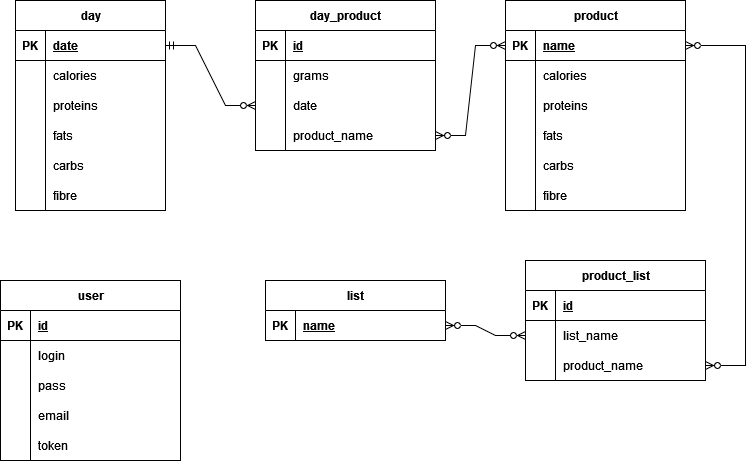
Before: bd.png, a diagram exported from draw.io (daniildubrovin/xeahgarbais). Source tidied: cells renumbered, new cells last; positions are measured from the earlier drawing's top-left corner, leaving out a move shared by most shapes.
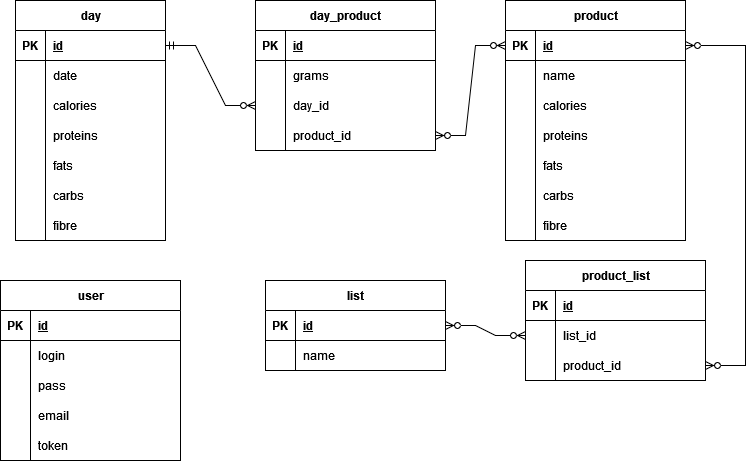
Above is the later version.

Diff of the diagram source:
```diff
@@ -3,7 +3,7 @@
     <mxCell id="0" />
     <mxCell id="1" parent="0" />
     <mxCell id="2" value="day" style="shape=table;startSize=30;rowLines=0;fontStyle=1;align=center;html=1;" parent="1" vertex="1">
-      <mxGeometry x="15" width="150" height="210" as="geometry" />
+      <mxGeometry x="15" width="150" height="240" as="geometry" />
     </mxCell>
     <mxCell id="3" style="shape=tableRow;horizontal=0;startSize=0;swimlaneHead=0;swimlaneBody=0;fillColor=none;points=[[0,0.5],[1,0.5]];portConstraint=eastwest;top=0;left=0;right=0;bottom=1;" parent="2" vertex="1">
       <mxGeometry y="30" width="150" height="30" as="geometry" />
@@ -11,7 +11,7 @@
     <mxCell id="4" value="PK" style="shape=partialRectangle;fillColor=none;top=0;left=0;bottom=0;right=0;fontStyle=1;overflow=hidden;whiteSpace=wrap;html=1;" parent="3" vertex="1">
       <mxGeometry width="30" height="30" as="geometry" />
     </mxCell>
-    <mxCell id="5" value="date" style="shape=partialRectangle;fillColor=none;top=0;left=0;bottom=0;right=0;align=left;spacingLeft=6;fontStyle=5;overflow=hidden;whiteSpace=wrap;html=1;" parent="3" vertex="1">
+    <mxCell id="5" value="id" style="shape=partialRectangle;fillColor=none;top=0;left=0;bottom=0;right=0;align=left;spacingLeft=6;fontStyle=5;overflow=hidden;whiteSpace=wrap;html=1;" parent="3" vertex="1">
       <mxGeometry x="30" width="120" height="30" as="geometry" />
     </mxCell>
     <mxCell id="6" style="shape=tableRow;horizontal=0;startSize=0;swimlaneHead=0;swimlaneBody=0;fillColor=none;top=0;left=0;right=0;bottom=0;" parent="2" vertex="1">
@@ -20,11 +20,20 @@
     <mxCell id="7" style="shape=partialRectangle;fillColor=none;top=0;left=0;bottom=0;right=0;overflow=hidden;whiteSpace=wrap;html=1;" parent="6" vertex="1">
       <mxGeometry width="30" height="30" as="geometry" />
     </mxCell>
-    <mxCell id="8" value="calories" style="shape=partialRectangle;fillColor=none;top=0;left=0;bottom=0;right=0;align=left;spacingLeft=6;overflow=hidden;whiteSpace=wrap;html=1;" parent="6" vertex="1">
+    <mxCell id="8" value="date" style="shape=partialRectangle;fillColor=none;top=0;left=0;bottom=0;right=0;align=left;spacingLeft=6;overflow=hidden;whiteSpace=wrap;html=1;" parent="6" vertex="1">
       <mxGeometry x="30" width="120" height="30" as="geometry" />
     </mxCell>
+    <mxCell id="87" style="shape=tableRow;horizontal=0;startSize=0;swimlaneHead=0;swimlaneBody=0;fillColor=none;top=0;left=0;right=0;bottom=0;" parent="2" vertex="1">
+      <mxGeometry y="90" width="150" height="30" as="geometry" />
+    </mxCell>
+    <mxCell id="88" style="shape=partialRectangle;fillColor=none;top=0;left=0;bottom=0;right=0;overflow=hidden;whiteSpace=wrap;html=1;" parent="87" vertex="1">
+      <mxGeometry width="30" height="30" as="geometry" />
+    </mxCell>
+    <mxCell id="89" value="calories" style="shape=partialRectangle;fillColor=none;top=0;left=0;bottom=0;right=0;align=left;spacingLeft=6;overflow=hidden;whiteSpace=wrap;html=1;" parent="87" vertex="1">
+      <mxGeometry x="30" width="120" height="30" as="geometry" />
+    </mxCell>
     <mxCell id="9" style="shape=tableRow;horizontal=0;startSize=0;swimlaneHead=0;swimlaneBody=0;fillColor=none;top=0;left=0;right=0;bottom=0;" parent="2" vertex="1">
-      <mxGeometry y="90" width="150" height="30" as="geometry" />
+      <mxGeometry y="120" width="150" height="30" as="geometry" />
     </mxCell>
     <mxCell id="10" style="shape=partialRectangle;fillColor=none;top=0;left=0;bottom=0;right=0;overflow=hidden;whiteSpace=wrap;html=1;" parent="9" vertex="1">
       <mxGeometry width="30" height="30" as="geometry" />
@@ -33,7 +42,7 @@
       <mxGeometry x="30" width="120" height="30" as="geometry" />
     </mxCell>
     <mxCell id="12" style="shape=tableRow;horizontal=0;startSize=0;swimlaneHead=0;swimlaneBody=0;fillColor=none;top=0;left=0;right=0;bottom=0;" parent="2" vertex="1">
-      <mxGeometry y="120" width="150" height="30" as="geometry" />
+      <mxGeometry y="150" width="150" height="30" as="geometry" />
     </mxCell>
     <mxCell id="13" style="shape=partialRectangle;fillColor=none;top=0;left=0;bottom=0;right=0;overflow=hidden;whiteSpace=wrap;html=1;" parent="12" vertex="1">
       <mxGeometry width="30" height="30" as="geometry" />
@@ -42,7 +51,7 @@
       <mxGeometry x="30" width="120" height="30" as="geometry" />
     </mxCell>
     <mxCell id="15" style="shape=tableRow;horizontal=0;startSize=0;swimlaneHead=0;swimlaneBody=0;fillColor=none;top=0;left=0;right=0;bottom=0;" parent="2" vertex="1">
-      <mxGeometry y="150" width="150" height="30" as="geometry" />
+      <mxGeometry y="180" width="150" height="30" as="geometry" />
     </mxCell>
     <mxCell id="16" style="shape=partialRectangle;fillColor=none;top=0;left=0;bottom=0;right=0;overflow=hidden;whiteSpace=wrap;html=1;" parent="15" vertex="1">
       <mxGeometry width="30" height="30" as="geometry" />
@@ -51,7 +60,7 @@
       <mxGeometry x="30" width="120" height="30" as="geometry" />
     </mxCell>
     <mxCell id="18" style="shape=tableRow;horizontal=0;startSize=0;swimlaneHead=0;swimlaneBody=0;fillColor=none;top=0;left=0;right=0;bottom=0;" parent="2" vertex="1">
-      <mxGeometry y="180" width="150" height="30" as="geometry" />
+      <mxGeometry y="210" width="150" height="30" as="geometry" />
     </mxCell>
     <mxCell id="19" style="shape=partialRectangle;fillColor=none;top=0;left=0;bottom=0;right=0;overflow=hidden;whiteSpace=wrap;html=1;" parent="18" vertex="1">
       <mxGeometry width="30" height="30" as="geometry" />
@@ -60,7 +69,7 @@
       <mxGeometry x="30" width="120" height="30" as="geometry" />
     </mxCell>
     <mxCell id="21" value="product" style="shape=table;startSize=30;rowLines=0;fontStyle=1;align=center;html=1;" parent="1" vertex="1">
-      <mxGeometry x="505" width="180" height="210" as="geometry" />
+      <mxGeometry x="505" width="180" height="240" as="geometry" />
     </mxCell>
     <mxCell id="22" style="shape=tableRow;horizontal=0;startSize=0;swimlaneHead=0;swimlaneBody=0;fillColor=none;points=[[0,0.5],[1,0.5]];portConstraint=eastwest;top=0;left=0;right=0;bottom=1;" parent="21" vertex="1">
       <mxGeometry y="30" width="180" height="30" as="geometry" />
@@ -68,7 +77,7 @@
     <mxCell id="23" value="PK" style="shape=partialRectangle;fillColor=none;top=0;left=0;bottom=0;right=0;fontStyle=1;overflow=hidden;whiteSpace=wrap;html=1;" parent="22" vertex="1">
       <mxGeometry width="30" height="30" as="geometry" />
     </mxCell>
-    <mxCell id="24" value="name" style="shape=partialRectangle;fillColor=none;top=0;left=0;bottom=0;right=0;align=left;spacingLeft=6;fontStyle=5;overflow=hidden;whiteSpace=wrap;html=1;" parent="22" vertex="1">
+    <mxCell id="24" value="id" style="shape=partialRectangle;fillColor=none;top=0;left=0;bottom=0;right=0;align=left;spacingLeft=6;fontStyle=5;overflow=hidden;whiteSpace=wrap;html=1;" parent="22" vertex="1">
       <mxGeometry x="30" width="150" height="30" as="geometry" />
     </mxCell>
     <mxCell id="25" style="shape=tableRow;horizontal=0;startSize=0;swimlaneHead=0;swimlaneBody=0;fillColor=none;top=0;left=0;right=0;bottom=0;" parent="21" vertex="1">
@@ -77,11 +86,20 @@
     <mxCell id="26" style="shape=partialRectangle;fillColor=none;top=0;left=0;bottom=0;right=0;overflow=hidden;whiteSpace=wrap;html=1;" parent="25" vertex="1">
       <mxGeometry width="30" height="30" as="geometry" />
     </mxCell>
-    <mxCell id="27" value="calories" style="shape=partialRectangle;fillColor=none;top=0;left=0;bottom=0;right=0;align=left;spacingLeft=6;overflow=hidden;whiteSpace=wrap;html=1;" parent="25" vertex="1">
+    <mxCell id="27" value="name" style="shape=partialRectangle;fillColor=none;top=0;left=0;bottom=0;right=0;align=left;spacingLeft=6;overflow=hidden;whiteSpace=wrap;html=1;" parent="25" vertex="1">
       <mxGeometry x="30" width="150" height="30" as="geometry" />
     </mxCell>
+    <mxCell id="90" style="shape=tableRow;horizontal=0;startSize=0;swimlaneHead=0;swimlaneBody=0;fillColor=none;top=0;left=0;right=0;bottom=0;" parent="21" vertex="1">
+      <mxGeometry y="90" width="180" height="30" as="geometry" />
+    </mxCell>
+    <mxCell id="91" style="shape=partialRectangle;fillColor=none;top=0;left=0;bottom=0;right=0;overflow=hidden;whiteSpace=wrap;html=1;" parent="90" vertex="1">
+      <mxGeometry width="30" height="30" as="geometry" />
+    </mxCell>
+    <mxCell id="92" value="calories" style="shape=partialRectangle;fillColor=none;top=0;left=0;bottom=0;right=0;align=left;spacingLeft=6;overflow=hidden;whiteSpace=wrap;html=1;" parent="90" vertex="1">
+      <mxGeometry x="30" width="150" height="30" as="geometry" />
+    </mxCell>
     <mxCell id="28" style="shape=tableRow;horizontal=0;startSize=0;swimlaneHead=0;swimlaneBody=0;fillColor=none;top=0;left=0;right=0;bottom=0;" parent="21" vertex="1">
-      <mxGeometry y="90" width="180" height="30" as="geometry" />
+      <mxGeometry y="120" width="180" height="30" as="geometry" />
     </mxCell>
     <mxCell id="29" style="shape=partialRectangle;fillColor=none;top=0;left=0;bottom=0;right=0;overflow=hidden;whiteSpace=wrap;html=1;" parent="28" vertex="1">
       <mxGeometry width="30" height="30" as="geometry" />
@@ -90,7 +108,7 @@
       <mxGeometry x="30" width="150" height="30" as="geometry" />
     </mxCell>
     <mxCell id="31" style="shape=tableRow;horizontal=0;startSize=0;swimlaneHead=0;swimlaneBody=0;fillColor=none;top=0;left=0;right=0;bottom=0;" parent="21" vertex="1">
-      <mxGeometry y="120" width="180" height="30" as="geometry" />
+      <mxGeometry y="150" width="180" height="30" as="geometry" />
     </mxCell>
     <mxCell id="32" style="shape=partialRectangle;fillColor=none;top=0;left=0;bottom=0;right=0;overflow=hidden;whiteSpace=wrap;html=1;" parent="31" vertex="1">
       <mxGeometry width="30" height="30" as="geometry" />
@@ -99,7 +117,7 @@
       <mxGeometry x="30" width="150" height="30" as="geometry" />
     </mxCell>
     <mxCell id="34" style="shape=tableRow;horizontal=0;startSize=0;swimlaneHead=0;swimlaneBody=0;fillColor=none;top=0;left=0;right=0;bottom=0;" parent="21" vertex="1">
-      <mxGeometry y="150" width="180" height="30" as="geometry" />
+      <mxGeometry y="180" width="180" height="30" as="geometry" />
     </mxCell>
     <mxCell id="35" style="shape=partialRectangle;fillColor=none;top=0;left=0;bottom=0;right=0;overflow=hidden;whiteSpace=wrap;html=1;" parent="34" vertex="1">
       <mxGeometry width="30" height="30" as="geometry" />
@@ -108,7 +126,7 @@
       <mxGeometry x="30" width="150" height="30" as="geometry" />
     </mxCell>
     <mxCell id="37" style="shape=tableRow;horizontal=0;startSize=0;swimlaneHead=0;swimlaneBody=0;fillColor=none;top=0;left=0;right=0;bottom=0;" parent="21" vertex="1">
-      <mxGeometry y="180" width="180" height="30" as="geometry" />
+      <mxGeometry y="210" width="180" height="30" as="geometry" />
     </mxCell>
     <mxCell id="38" style="shape=partialRectangle;fillColor=none;top=0;left=0;bottom=0;right=0;overflow=hidden;whiteSpace=wrap;html=1;" parent="37" vertex="1">
       <mxGeometry width="30" height="30" as="geometry" />
@@ -143,7 +161,7 @@
     <mxCell id="48" style="shape=partialRectangle;fillColor=none;top=0;left=0;bottom=0;right=0;overflow=hidden;whiteSpace=wrap;html=1;" parent="47" vertex="1">
       <mxGeometry width="30" height="30" as="geometry" />
     </mxCell>
-    <mxCell id="49" value="date" style="shape=partialRectangle;fillColor=none;top=0;left=0;bottom=0;right=0;align=left;spacingLeft=6;overflow=hidden;whiteSpace=wrap;html=1;" parent="47" vertex="1">
+    <mxCell id="49" value="&lt;div&gt;day_id&lt;/div&gt;" style="shape=partialRectangle;fillColor=none;top=0;left=0;bottom=0;right=0;align=left;spacingLeft=6;overflow=hidden;whiteSpace=wrap;html=1;" parent="47" vertex="1">
       <mxGeometry x="30" width="150" height="30" as="geometry" />
     </mxCell>
     <mxCell id="50" style="shape=tableRow;horizontal=0;startSize=0;swimlaneHead=0;swimlaneBody=0;fillColor=none;points=[[0,0.5],[1,0.5]];portConstraint=eastwest;top=0;left=0;right=0;bottom=0;" parent="40" vertex="1">
@@ -152,7 +170,7 @@
     <mxCell id="51" style="shape=partialRectangle;fillColor=none;top=0;left=0;bottom=0;right=0;overflow=hidden;whiteSpace=wrap;html=1;" parent="50" vertex="1">
       <mxGeometry width="30" height="30" as="geometry" />
     </mxCell>
-    <mxCell id="52" value="product_name" style="shape=partialRectangle;fillColor=none;top=0;left=0;bottom=0;right=0;align=left;spacingLeft=6;overflow=hidden;whiteSpace=wrap;html=1;" parent="50" vertex="1">
+    <mxCell id="52" value="product_id" style="shape=partialRectangle;fillColor=none;top=0;left=0;bottom=0;right=0;align=left;spacingLeft=6;overflow=hidden;whiteSpace=wrap;html=1;" parent="50" vertex="1">
       <mxGeometry x="30" width="150" height="30" as="geometry" />
     </mxCell>
     <mxCell id="53" style="edgeStyle=entityRelationEdgeStyle;fontSize=12;html=1;endArrow=ERzeroToMany;endFill=1;startArrow=ERzeroToMany;rounded=0;exitX=1;exitY=0.5;exitDx=0;exitDy=0;entryX=0;entryY=0.5;entryDx=0;entryDy=0;" parent="1" edge="1" source="50" target="22">
@@ -162,7 +180,7 @@
       <mxGeometry relative="1" as="geometry" />
     </mxCell>
     <mxCell id="55" value="list" style="shape=table;startSize=30;rowLines=0;fontStyle=1;align=center;html=1;" parent="1" vertex="1">
-      <mxGeometry x="265" y="280" width="180" height="60" as="geometry" />
+      <mxGeometry x="265" y="280" width="180" height="90" as="geometry" />
     </mxCell>
     <mxCell id="56" style="shape=tableRow;horizontal=0;startSize=0;swimlaneHead=0;swimlaneBody=0;fillColor=none;points=[[0,0.5],[1,0.5]];portConstraint=eastwest;top=0;left=0;right=0;bottom=1;" parent="55" vertex="1">
       <mxGeometry y="30" width="180" height="30" as="geometry" />
@@ -170,9 +188,18 @@
     <mxCell id="57" value="PK" style="shape=partialRectangle;fillColor=none;top=0;left=0;bottom=0;right=0;fontStyle=1;overflow=hidden;whiteSpace=wrap;html=1;" parent="56" vertex="1">
       <mxGeometry width="30" height="30" as="geometry" />
     </mxCell>
-    <mxCell id="58" value="name" style="shape=partialRectangle;fillColor=none;top=0;left=0;bottom=0;right=0;align=left;spacingLeft=6;fontStyle=5;overflow=hidden;whiteSpace=wrap;html=1;" parent="56" vertex="1">
+    <mxCell id="58" value="id" style="shape=partialRectangle;fillColor=none;top=0;left=0;bottom=0;right=0;align=left;spacingLeft=6;fontStyle=5;overflow=hidden;whiteSpace=wrap;html=1;" parent="56" vertex="1">
       <mxGeometry x="30" width="150" height="30" as="geometry" />
     </mxCell>
+    <mxCell id="93" style="shape=tableRow;horizontal=0;startSize=0;swimlaneHead=0;swimlaneBody=0;fillColor=none;top=0;left=0;right=0;bottom=1;" parent="55" vertex="1">
+      <mxGeometry y="60" width="180" height="30" as="geometry" />
+    </mxCell>
+    <mxCell id="94" style="shape=partialRectangle;fillColor=none;top=0;left=0;bottom=0;right=0;fontStyle=1;overflow=hidden;whiteSpace=wrap;html=1;" parent="93" vertex="1">
+      <mxGeometry width="30" height="30" as="geometry" />
+    </mxCell>
+    <mxCell id="95" value="name" style="shape=partialRectangle;fillColor=none;top=0;left=0;bottom=0;right=0;align=left;spacingLeft=6;fontStyle=0;overflow=hidden;whiteSpace=wrap;html=1;" parent="93" vertex="1">
+      <mxGeometry x="30" width="150" height="30" as="geometry" />
+    </mxCell>
     <mxCell id="59" style="edgeStyle=entityRelationEdgeStyle;fontSize=12;html=1;endArrow=ERzeroToMany;startArrow=ERzeroToMany;rounded=0;exitX=1;exitY=0.5;exitDx=0;exitDy=0;startFill=0;endFill=0;entryX=0;entryY=0.5;entryDx=0;entryDy=0;" parent="1" edge="1" source="56" target="80">
       <mxGeometry relative="1" as="geometry" />
     </mxCell>
@@ -242,7 +269,7 @@
     <mxCell id="81" style="shape=partialRectangle;fillColor=none;top=0;left=0;bottom=0;right=0;overflow=hidden;whiteSpace=wrap;html=1;" parent="80" vertex="1">
       <mxGeometry width="30" height="30" as="geometry" />
     </mxCell>
-    <mxCell id="82" value="list_name" style="shape=partialRectangle;fillColor=none;top=0;left=0;bottom=0;right=0;align=left;spacingLeft=6;overflow=hidden;whiteSpace=wrap;html=1;" parent="80" vertex="1">
+    <mxCell id="82" value="list_id" style="shape=partialRectangle;fillColor=none;top=0;left=0;bottom=0;right=0;align=left;spacingLeft=6;overflow=hidden;whiteSpace=wrap;html=1;" parent="80" vertex="1">
       <mxGeometry x="30" width="150" height="30" as="geometry" />
     </mxCell>
     <mxCell id="83" style="shape=tableRow;horizontal=0;startSize=0;swimlaneHead=0;swimlaneBody=0;fillColor=none;points=[[0,0.5],[1,0.5]];portConstraint=eastwest;top=0;left=0;right=0;bottom=0;" parent="76" vertex="1">
@@ -251,7 +278,7 @@
     <mxCell id="84" style="shape=partialRectangle;fillColor=none;top=0;left=0;bottom=0;right=0;overflow=hidden;whiteSpace=wrap;html=1;" parent="83" vertex="1">
       <mxGeometry width="30" height="30" as="geometry" />
     </mxCell>
-    <mxCell id="85" value="product_name" style="shape=partialRectangle;fillColor=none;top=0;left=0;bottom=0;right=0;align=left;spacingLeft=6;overflow=hidden;whiteSpace=wrap;html=1;" parent="83" vertex="1">
+    <mxCell id="85" value="product_id" style="shape=partialRectangle;fillColor=none;top=0;left=0;bottom=0;right=0;align=left;spacingLeft=6;overflow=hidden;whiteSpace=wrap;html=1;" parent="83" vertex="1">
       <mxGeometry x="30" width="150" height="30" as="geometry" />
     </mxCell>
     <mxCell id="86" style="fontSize=12;html=1;endArrow=ERzeroToMany;startArrow=ERzeroToMany;rounded=0;exitX=1;exitY=0.5;exitDx=0;exitDy=0;entryX=1;entryY=0.5;entryDx=0;entryDy=0;edgeStyle=elbowEdgeStyle;elbow=vertical;startFill=0;" parent="1" edge="1" source="22" target="83">
```
